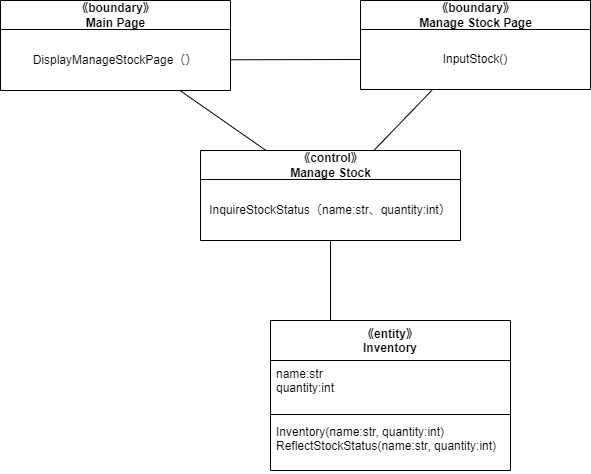
This is psp4/設計モデルのクラス/設計モデルクラス図_在庫管理.drawio.png from MasakiHiguchi/---, a draw.io export, as it was before one commit. Source tidied: cells renumbered, new cells last; positions are measured from the earlier drawing's top-left corner, leaving out a move shared by most shapes.
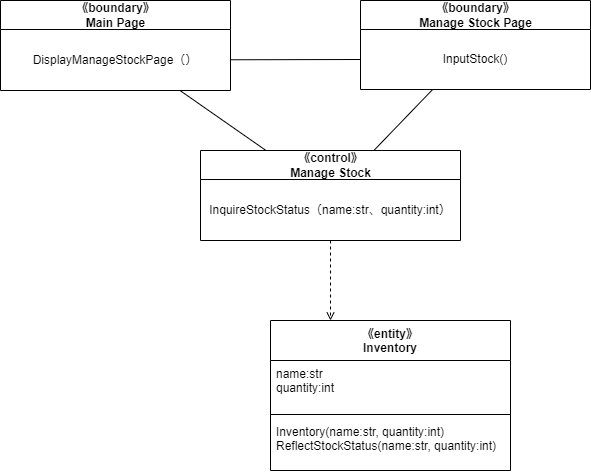
The same file after the commit.

Change to the diagram source:
```diff
@@ -14,7 +14,7 @@
     <mxCell id="5" value="Inventory(name:str, quantity:int)&#10;ReflectStockStatus(name:str, quantity:int)" style="text;strokeColor=none;fillColor=none;align=left;verticalAlign=top;spacingLeft=4;spacingRight=4;overflow=hidden;" parent="2" vertex="1">
       <mxGeometry y="98" width="240" height="52" as="geometry" />
     </mxCell>
-    <mxCell id="6" style="edgeStyle=none;html=1;entryX=0.25;entryY=0;entryDx=0;entryDy=0;endArrow=none;endFill=0;" parent="1" edge="1" source="7" target="2">
+    <mxCell id="6" style="edgeStyle=none;html=1;entryX=0.25;entryY=0;entryDx=0;entryDy=0;endArrow=open;endFill=0;dashed=1;" parent="1" edge="1" source="7" target="2">
       <mxGeometry relative="1" as="geometry" />
     </mxCell>
     <mxCell id="7" value="《control》&lt;br&gt;Manage Stock" style="swimlane;fontStyle=1;align=center;verticalAlign=middle;horizontal=1;startSize=29;html=1;" parent="1" vertex="1">
```
